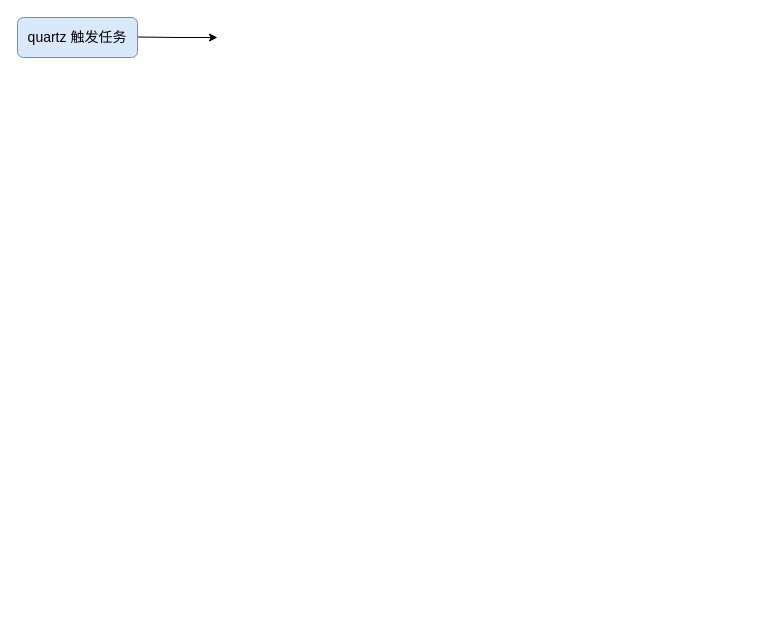
Earlier version of the draw.io diagram SQL分析任务架构.drawio (howard12358/iodraw-files). Source tidied: cells renumbered, new cells numbered last; positions are measured from the earlier drawing's top-left corner, leaving out a move shared by most shapes. Both pictures are drawn from the tidied source at 100%, with x=0, y=0 at pixel (17, 17).
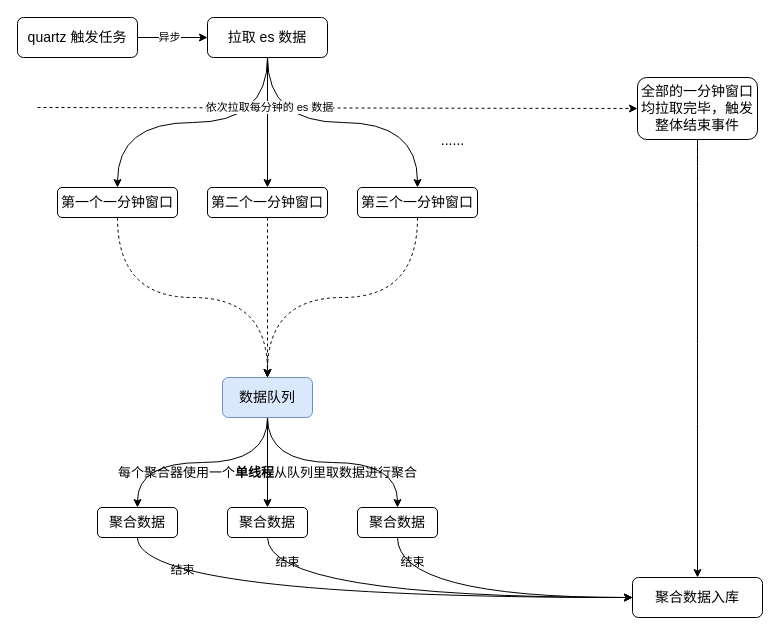
The same diagram, later.

Commit message (it also covers changes not shown here):
更新SQL分析任务架构.drawio

Change to the diagram source:
```diff
@@
-    <mxCell id="2" style="edgeStyle=orthogonalEdgeStyle;rounded=0;orthogonalLoop=1;jettySize=auto;html=1;" parent="1" edge="1">
-      <mxGeometry relative="1" as="geometry">
-        <mxPoint x="120" y="19.5" as="sourcePoint" />
-        <mxPoint x="200" y="20" as="targetPoint" />
-      </mxGeometry>
-    </mxCell>
+    <mxCell id="4" style="edgeStyle=orthogonalEdgeStyle;rounded=0;jettySize=auto;html=1;" parent="1" edge="1" source="3">
+      <mxGeometry relative="1" as="geometry">
+        <mxPoint x="190" y="20" as="targetPoint" />
+      </mxGeometry>
+    </mxCell>
+    <mxCell id="5" value="异步" style="edgeLabel;html=1;align=center;verticalAlign=middle;" parent="4" vertex="1">
+      <mxGeometry x="-0.11" y="1" relative="1" as="geometry" />
+    </mxCell>
-    <mxCell id="3" value="&lt;span style=&quot;font-size: 14px; text-wrap-mode: nowrap;&quot;&gt;quartz 触发任务&lt;/span&gt;" style="rounded=1;whiteSpace=wrap;html=1;fillColor=#dae8fc;strokeColor=#6c8ebf;" parent="1" vertex="1">
+    <mxCell id="3" value="&lt;span style=&quot;font-size: 14px; text-wrap-mode: nowrap;&quot;&gt;quartz 触发任务&lt;/span&gt;" style="rounded=1;whiteSpace=wrap;html=1;" parent="1" vertex="1">
       <mxGeometry width="120" height="40" as="geometry" />
     </mxCell>
+    <mxCell id="6" style="edgeStyle=orthogonalEdgeStyle;rounded=0;jettySize=auto;html=1;" parent="1" edge="1" source="9" target="11">
+      <mxGeometry relative="1" as="geometry" />
+    </mxCell>
+    <mxCell id="7" style="edgeStyle=orthogonalEdgeStyle;rounded=0;jettySize=auto;html=1;exitX=0.5;exitY=1;exitDx=0;exitDy=0;entryX=0.5;entryY=0;entryDx=0;entryDy=0;curved=1;" parent="1" edge="1" source="9" target="15">
+      <mxGeometry relative="1" as="geometry" />
+    </mxCell>
+    <mxCell id="8" style="edgeStyle=orthogonalEdgeStyle;rounded=0;jettySize=auto;html=1;exitX=0.5;exitY=1;exitDx=0;exitDy=0;entryX=0.5;entryY=0;entryDx=0;entryDy=0;curved=1;" parent="1" edge="1" source="9" target="17">
+      <mxGeometry relative="1" as="geometry" />
+    </mxCell>
+    <mxCell id="9" value="拉取 es 数据" style="rounded=1;whiteSpace=wrap;html=1;fontSize=14;" parent="1" vertex="1">
+      <mxGeometry x="190" width="120" height="40" as="geometry" />
+    </mxCell>
+    <mxCell id="10" style="edgeStyle=orthogonalEdgeStyle;rounded=0;jettySize=auto;html=1;dashed=1;" parent="1" edge="1" source="11" target="25">
+      <mxGeometry relative="1" as="geometry" />
+    </mxCell>
+    <mxCell id="11" value="第二个一分钟窗口" style="whiteSpace=wrap;html=1;fontSize=14;rounded=1;" parent="1" vertex="1">
+      <mxGeometry x="190" y="170" width="120" height="30" as="geometry" />
+    </mxCell>
+    <mxCell id="12" style="edgeStyle=none;jettySize=auto;html=1;rounded=0;dashed=1;entryX=0;entryY=0.5;entryDx=0;entryDy=0;" parent="1" edge="1" target="21">
+      <mxGeometry relative="1" as="geometry">
+        <mxPoint x="20" y="90" as="sourcePoint" />
+      </mxGeometry>
+    </mxCell>
+    <mxCell id="13" value="依次拉取每分钟的 es 数据" style="edgeLabel;html=1;align=center;verticalAlign=middle;" parent="12" vertex="1">
+      <mxGeometry x="-0.23" y="1" relative="1" as="geometry" />
+    </mxCell>
+    <mxCell id="14" style="edgeStyle=orthogonalEdgeStyle;rounded=0;jettySize=auto;html=1;entryX=0.5;entryY=0;entryDx=0;entryDy=0;curved=1;exitX=0.5;exitY=1;exitDx=0;exitDy=0;dashed=1;" parent="1" edge="1" source="15" target="25">
+      <mxGeometry relative="1" as="geometry" />
+    </mxCell>
+    <mxCell id="15" value="第一个一分钟窗口" style="whiteSpace=wrap;html=1;fontSize=14;rounded=1;" parent="1" vertex="1">
+      <mxGeometry x="40" y="170" width="120" height="30" as="geometry" />
+    </mxCell>
+    <mxCell id="16" style="edgeStyle=orthogonalEdgeStyle;rounded=0;jettySize=auto;html=1;entryX=0.5;entryY=0;entryDx=0;entryDy=0;curved=1;dashed=1;exitX=0.5;exitY=1;exitDx=0;exitDy=0;" parent="1" edge="1" source="17" target="25">
+      <mxGeometry relative="1" as="geometry" />
+    </mxCell>
+    <mxCell id="17" value="第三个一分钟窗口" style="whiteSpace=wrap;html=1;fontSize=14;rounded=1;" parent="1" vertex="1">
+      <mxGeometry x="340" y="170" width="120" height="30" as="geometry" />
+    </mxCell>
+    <mxCell id="18" value="......" style="text;html=1;align=center;verticalAlign=middle;strokeColor=none;fillColor=none;fontSize=14;" parent="1" vertex="1">
+      <mxGeometry x="410" y="108" width="50" height="30" as="geometry" />
+    </mxCell>
+    <mxCell id="19" value="聚合数据入库" style="whiteSpace=wrap;html=1;fontSize=14;rounded=1;" parent="1" vertex="1">
+      <mxGeometry x="615" y="560" width="130" height="40" as="geometry" />
+    </mxCell>
+    <mxCell id="20" style="edgeStyle=orthogonalEdgeStyle;rounded=0;jettySize=auto;html=1;entryX=0.5;entryY=0;entryDx=0;entryDy=0;curved=1;exitX=0.5;exitY=1;exitDx=0;exitDy=0;" parent="1" edge="1" source="21" target="19">
+      <mxGeometry relative="1" as="geometry" />
+    </mxCell>
+    <mxCell id="21" value="全部的一分钟窗口均拉取完毕，触发整体结束事件" style="rounded=1;whiteSpace=wrap;html=1;fontSize=14;" parent="1" vertex="1">
+      <mxGeometry x="620" y="60" width="120" height="62" as="geometry" />
+    </mxCell>
+    <mxCell id="22" style="edgeStyle=orthogonalEdgeStyle;rounded=0;jettySize=auto;html=1;entryX=0.5;entryY=0;entryDx=0;entryDy=0;curved=1;exitX=0.5;exitY=1;exitDx=0;exitDy=0;" parent="1" edge="1" source="25" target="31">
+      <mxGeometry relative="1" as="geometry" />
+    </mxCell>
+    <mxCell id="23" style="edgeStyle=orthogonalEdgeStyle;rounded=0;jettySize=auto;html=1;entryX=0.5;entryY=0;entryDx=0;entryDy=0;" parent="1" edge="1" source="25" target="27">
+      <mxGeometry relative="1" as="geometry" />
+    </mxCell>
+    <mxCell id="24" style="edgeStyle=orthogonalEdgeStyle;rounded=0;jettySize=auto;html=1;entryX=0.5;entryY=0;entryDx=0;entryDy=0;curved=1;exitX=0.5;exitY=1;exitDx=0;exitDy=0;" parent="1" edge="1" source="25" target="29">
+      <mxGeometry relative="1" as="geometry" />
+    </mxCell>
+    <mxCell id="25" value="数据队列" style="rounded=1;whiteSpace=wrap;html=1;fontSize=14;fillColor=#dae8fc;strokeColor=#6c8ebf;" parent="1" vertex="1">
+      <mxGeometry x="205" y="360" width="90" height="40" as="geometry" />
+    </mxCell>
+    <mxCell id="26" style="edgeStyle=orthogonalEdgeStyle;rounded=0;jettySize=auto;html=1;entryX=0;entryY=0.5;entryDx=0;entryDy=0;curved=1;exitX=0.5;exitY=1;exitDx=0;exitDy=0;" parent="1" edge="1" source="27" target="19">
+      <mxGeometry relative="1" as="geometry" />
+    </mxCell>
+    <mxCell id="27" value="聚合数据" style="whiteSpace=wrap;html=1;fontSize=14;rounded=1;" parent="1" vertex="1">
+      <mxGeometry x="210" y="490" width="80" height="30" as="geometry" />
+    </mxCell>
+    <mxCell id="28" style="edgeStyle=orthogonalEdgeStyle;rounded=0;jettySize=auto;html=1;entryX=0;entryY=0.5;entryDx=0;entryDy=0;curved=1;exitX=0.5;exitY=1;exitDx=0;exitDy=0;" parent="1" edge="1" source="29" target="19">
+      <mxGeometry relative="1" as="geometry" />
+    </mxCell>
+    <mxCell id="29" value="聚合数据" style="whiteSpace=wrap;html=1;fontSize=14;rounded=1;" parent="1" vertex="1">
+      <mxGeometry x="340" y="490" width="80" height="30" as="geometry" />
+    </mxCell>
+    <mxCell id="30" style="edgeStyle=orthogonalEdgeStyle;rounded=0;jettySize=auto;html=1;entryX=0;entryY=0.5;entryDx=0;entryDy=0;curved=1;exitX=0.5;exitY=1;exitDx=0;exitDy=0;" parent="1" edge="1" source="31" target="19">
+      <mxGeometry relative="1" as="geometry" />
+    </mxCell>
+    <mxCell id="31" value="聚合数据" style="whiteSpace=wrap;html=1;fontSize=14;rounded=1;" parent="1" vertex="1">
+      <mxGeometry x="80" y="490" width="80" height="30" as="geometry" />
+    </mxCell>
+    <mxCell id="32" value="每个聚合器使用一个&lt;b&gt;&lt;font style=&quot;color: rgb(0, 0, 0);&quot;&gt;单线程&lt;/font&gt;&lt;/b&gt;从队列里取数据进行聚合" style="text;html=1;align=center;verticalAlign=middle;strokeColor=none;fillColor=none;fontSize=13;" parent="1" vertex="1">
+      <mxGeometry x="90" y="440" width="320" height="30" as="geometry" />
+    </mxCell>
+    <mxCell id="33" value="结束" style="text;html=1;align=center;verticalAlign=middle;strokeColor=none;fillColor=none;" parent="1" vertex="1">
+      <mxGeometry x="140" y="538" width="50" height="30" as="geometry" />
+    </mxCell>
+    <mxCell id="34" value="结束" style="text;html=1;align=center;verticalAlign=middle;strokeColor=none;fillColor=none;" parent="1" vertex="1">
+      <mxGeometry x="245" y="530" width="50" height="30" as="geometry" />
+    </mxCell>
+    <mxCell id="35" value="结束" style="text;html=1;align=center;verticalAlign=middle;strokeColor=none;fillColor=none;" parent="1" vertex="1">
+      <mxGeometry x="370" y="530" width="50" height="30" as="geometry" />
+    </mxCell>
```
